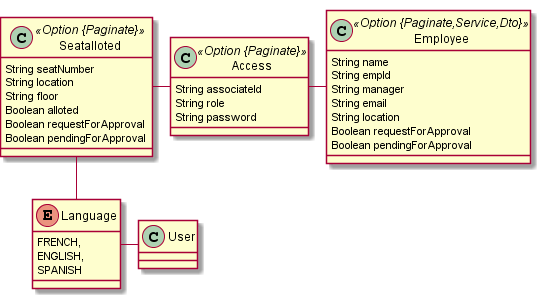
Above: jhipster-jdl.png in arunvutukur/webapp-seatallotment (PlantUML), before the change. Source of this version:
```plantuml
@startuml
	!pragma graphviz_dot jdot
	!pragma syntax class
	class Seatalloted <<Option {Paginate}>> {
		String seatNumber
		String location
		String floor
		Boolean alloted
		Boolean requestForApproval
		Boolean pendingForApproval
	}
	class Access <<Option {Paginate}>> {
		String associateId
		String role
		String password
	}
	class Employee <<Option {Paginate,Service,Dto}>> {
		String name
		String empId
		String manager
		String email
		String location
		Boolean requestForApproval
		Boolean pendingForApproval
	}
	enum Language {
		FRENCH,
		ENGLISH,
		SPANISH
	}
	class User  {
	}
@enduml
```
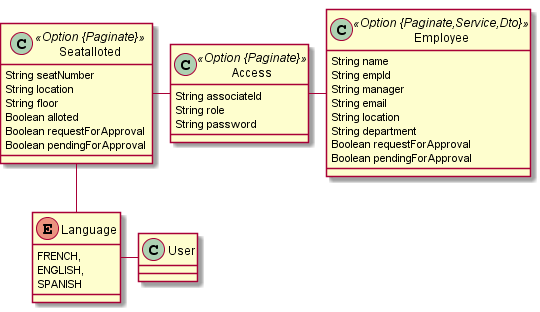
Above is the later version.

What changed in the source:
```diff
@@ -20,6 +20,7 @@
 		String manager
 		String email
 		String location
+		String department
 		Boolean requestForApproval
 		Boolean pendingForApproval
 	}
```
